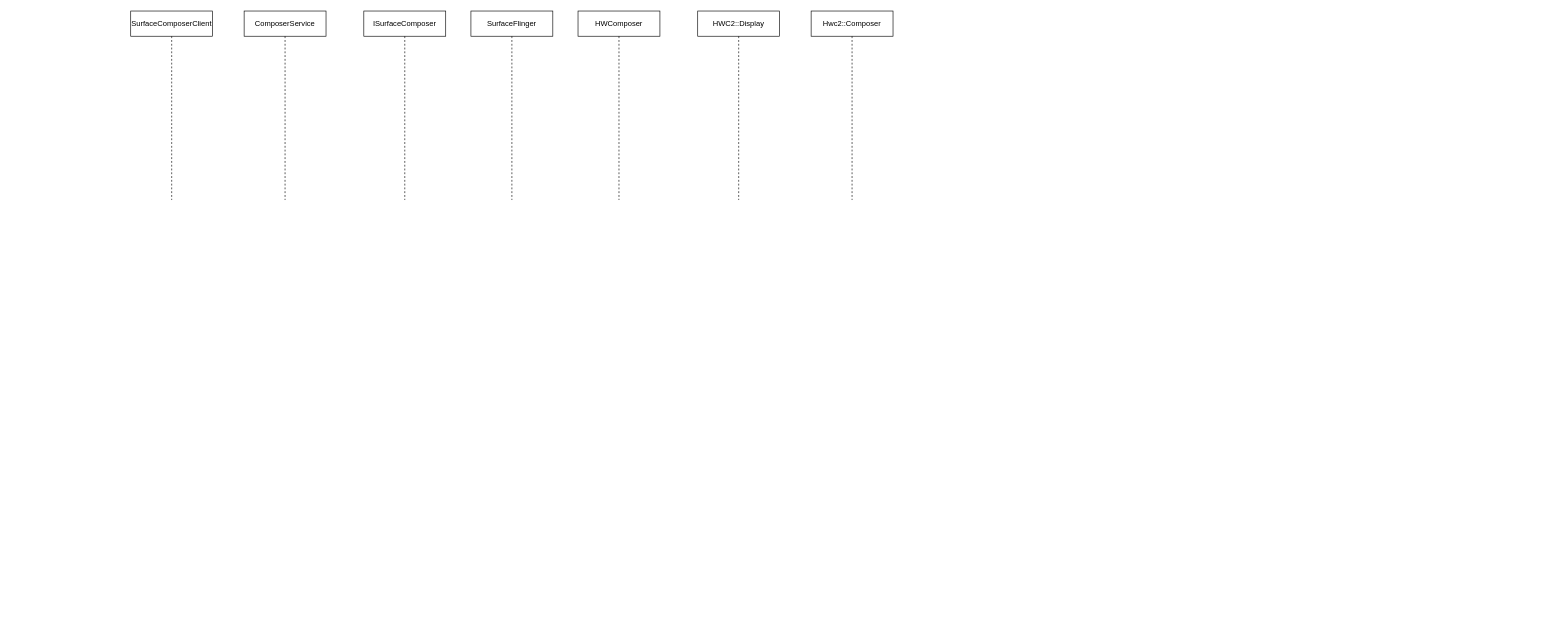
Before: Untitled Diagram.drawio in KingMing2017/Android-Common-Lib, a draw.io diagram. Source tidied: cells renumbered, new cells numbered last; positions are measured from the earlier drawing's top-left corner, leaving out a move shared by most shapes. Both pictures are drawn from the tidied source at 63%, with x=0, y=0 at pixel (130, 11).
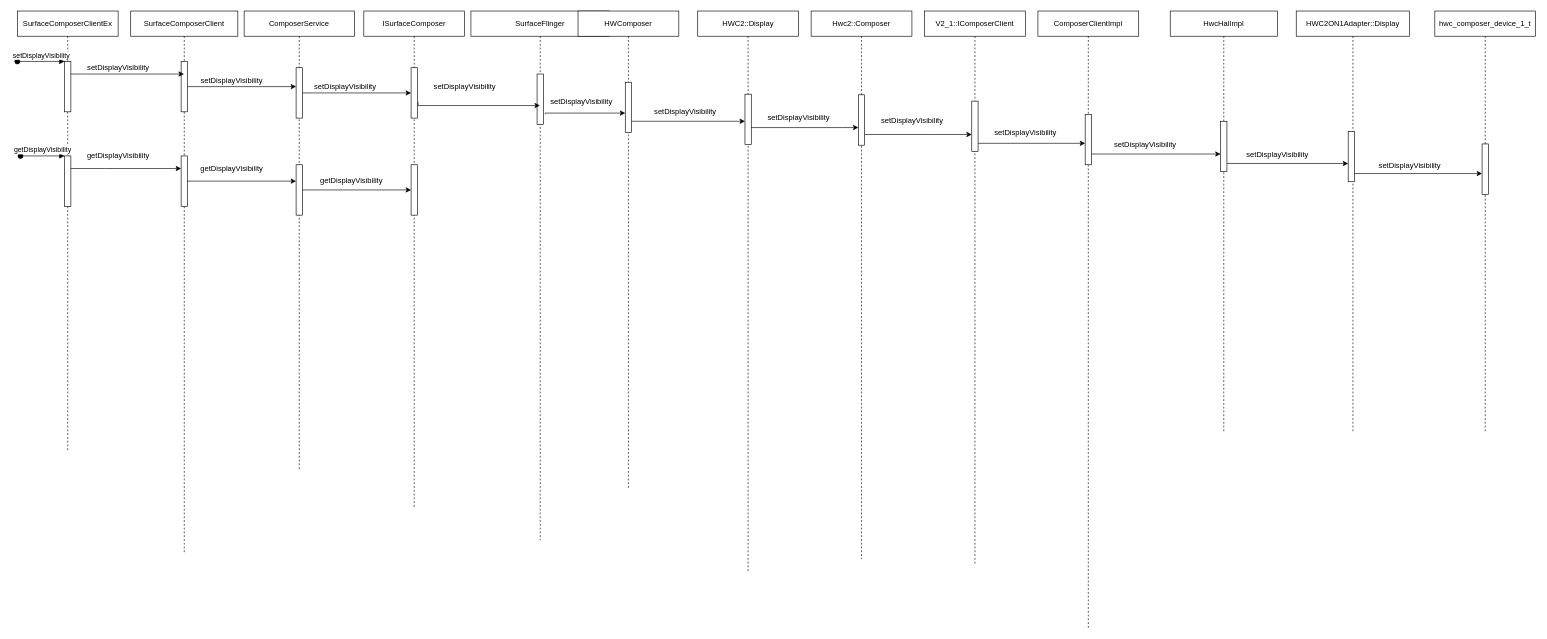
After the change.

Diff of the diagram source:
```diff
@@
     <mxCell id="2" value="SurfaceComposerClient" style="shape=umlLifeline;perimeter=lifelinePerimeter;whiteSpace=wrap;html=1;outlineConnect=0;" parent="1" vertex="1">
-      <mxGeometry width="130" height="300" as="geometry" />
+      <mxGeometry width="170" height="860" as="geometry" />
     </mxCell>
+    <mxCell id="9" style="html=1;points=[];perimeter=orthogonalPerimeter;" parent="2" vertex="1">
+      <mxGeometry x="80" y="80" width="10" height="80" as="geometry" />
+    </mxCell>
+    <mxCell id="10" style="html=1;points=[];perimeter=orthogonalPerimeter;" parent="2" vertex="1">
+      <mxGeometry x="80" y="230" width="10" height="80" as="geometry" />
+    </mxCell>
     <mxCell id="3" value="ComposerService" style="shape=umlLifeline;perimeter=lifelinePerimeter;whiteSpace=wrap;html=1;" parent="1" vertex="1">
-      <mxGeometry x="180" width="130" height="300" as="geometry" />
+      <mxGeometry x="180" width="175" height="730" as="geometry" />
     </mxCell>
+    <mxCell id="11" style="html=1;points=[];perimeter=orthogonalPerimeter;" parent="3" vertex="1">
+      <mxGeometry x="82.5" y="90" width="10" height="80" as="geometry" />
+    </mxCell>
+    <mxCell id="12" style="html=1;points=[];perimeter=orthogonalPerimeter;" parent="3" vertex="1">
+      <mxGeometry x="82.5" y="244" width="10" height="80" as="geometry" />
+    </mxCell>
     <mxCell id="4" value="ISurfaceComposer" style="shape=umlLifeline;perimeter=lifelinePerimeter;whiteSpace=wrap;html=1;" parent="1" vertex="1">
-      <mxGeometry x="370" width="130" height="300" as="geometry" />
+      <mxGeometry x="370" width="160" height="790" as="geometry" />
     </mxCell>
+    <mxCell id="13" style="html=1;points=[];perimeter=orthogonalPerimeter;" parent="4" vertex="1">
+      <mxGeometry x="75" y="90" width="10" height="80" as="geometry" />
+    </mxCell>
+    <mxCell id="14" style="html=1;points=[];perimeter=orthogonalPerimeter;" parent="4" vertex="1">
+      <mxGeometry x="75" y="244" width="10" height="80" as="geometry" />
+    </mxCell>
     <mxCell id="5" value="SurfaceFlinger" style="shape=umlLifeline;perimeter=lifelinePerimeter;whiteSpace=wrap;html=1;outlineConnect=0;" parent="1" vertex="1">
-      <mxGeometry x="540" width="130" height="300" as="geometry" />
+      <mxGeometry x="540" width="220" height="840" as="geometry" />
     </mxCell>
+    <mxCell id="15" style="html=1;perimeter=orthogonalPerimeter;" parent="5" vertex="1">
+      <mxGeometry x="105" y="100" width="10" height="80" as="geometry" />
+    </mxCell>
+    <mxCell id="16" value="setDisplayVisibility" style="text;html=1;align=center;verticalAlign=middle;strokeColor=none;fillColor=none;" parent="5" vertex="1">
+      <mxGeometry x="115" y="134" width="120" height="20" as="geometry" />
+    </mxCell>
     <mxCell id="6" value="HWComposer" style="shape=umlLifeline;perimeter=lifelinePerimeter;whiteSpace=wrap;html=1;" parent="1" vertex="1">
-      <mxGeometry x="710" width="130" height="300" as="geometry" />
+      <mxGeometry x="710" width="160" height="760" as="geometry" />
     </mxCell>
+    <mxCell id="17" style="html=1;perimeter=orthogonalPerimeter;" parent="6" vertex="1">
+      <mxGeometry x="75" y="113" width="10" height="80" as="geometry" />
+    </mxCell>
     <mxCell id="7" value="HWC2::Display" style="shape=umlLifeline;perimeter=lifelinePerimeter;whiteSpace=wrap;html=1;" parent="1" vertex="1">
-      <mxGeometry x="900" width="130" height="300" as="geometry" />
+      <mxGeometry x="900" width="160" height="890" as="geometry" />
     </mxCell>
+    <mxCell id="18" style="html=1;perimeter=orthogonalPerimeter;" parent="7" vertex="1">
+      <mxGeometry x="75" y="132" width="10" height="80" as="geometry" />
+    </mxCell>
     <mxCell id="8" value="Hwc2::Composer" style="shape=umlLifeline;perimeter=lifelinePerimeter;whiteSpace=wrap;html=1;" parent="1" vertex="1">
-      <mxGeometry x="1080" width="130" height="300" as="geometry" />
+      <mxGeometry x="1080" width="160" height="870" as="geometry" />
     </mxCell>
+    <mxCell id="19" style="html=1;perimeter=orthogonalPerimeter;" parent="8" vertex="1">
+      <mxGeometry x="75" y="133" width="10" height="80" as="geometry" />
+    </mxCell>
+    <mxCell id="20" value="V2_1::IComposerClient" style="shape=umlLifeline;perimeter=lifelinePerimeter;whiteSpace=wrap;html=1;" parent="1" vertex="1">
+      <mxGeometry x="1260" width="160" height="880" as="geometry" />
+    </mxCell>
+    <mxCell id="21" style="html=1;perimeter=orthogonalPerimeter;" parent="20" vertex="1">
+      <mxGeometry x="75" y="143" width="10" height="80" as="geometry" />
+    </mxCell>
+    <mxCell id="22" value="ComposerClientImpl" style="shape=umlLifeline;perimeter=lifelinePerimeter;whiteSpace=wrap;html=1;" parent="1" vertex="1">
+      <mxGeometry x="1440" width="160" height="980" as="geometry" />
+    </mxCell>
+    <mxCell id="23" style="html=1;perimeter=orthogonalPerimeter;" parent="22" vertex="1">
+      <mxGeometry x="75" y="164" width="10" height="80" as="geometry" />
+    </mxCell>
+    <mxCell id="24" value="HwcHalImpl" style="shape=umlLifeline;perimeter=lifelinePerimeter;whiteSpace=wrap;html=1;" parent="1" vertex="1">
+      <mxGeometry x="1650" width="170" height="670" as="geometry" />
+    </mxCell>
+    <mxCell id="25" style="html=1;perimeter=orthogonalPerimeter;" parent="24" vertex="1">
+      <mxGeometry x="80" y="175" width="10" height="80" as="geometry" />
+    </mxCell>
+    <mxCell id="26" value="HWC2ON1Adapter::Display" style="shape=umlLifeline;perimeter=lifelinePerimeter;whiteSpace=wrap;html=1;" parent="1" vertex="1">
+      <mxGeometry x="1850" width="180" height="670" as="geometry" />
+    </mxCell>
+    <mxCell id="27" style="html=1;perimeter=orthogonalPerimeter;" parent="26" vertex="1">
+      <mxGeometry x="82.5" y="191" width="10" height="80" as="geometry" />
+    </mxCell>
+    <mxCell id="28" value="hwc_composer_device_1_t" style="shape=umlLifeline;perimeter=lifelinePerimeter;whiteSpace=wrap;html=1;" parent="1" vertex="1">
+      <mxGeometry x="2070" width="160" height="670" as="geometry" />
+    </mxCell>
+    <mxCell id="29" style="html=1;perimeter=orthogonalPerimeter;" parent="28" vertex="1">
+      <mxGeometry x="75" y="211" width="10" height="80" as="geometry" />
+    </mxCell>
+    <mxCell id="30" style="edgeStyle=orthogonalEdgeStyle;rounded=0;jettySize=auto;html=1;" parent="1" edge="1" source="9" target="11">
+      <mxGeometry relative="1" as="geometry">
+        <Array as="points">
+          <mxPoint x="170" y="120" />
+          <mxPoint x="170" y="120" />
+        </Array>
+      </mxGeometry>
+    </mxCell>
+    <mxCell id="31" value="setDisplayVisibility" style="text;html=1;align=center;verticalAlign=middle;strokeColor=none;fillColor=none;" parent="1" vertex="1">
+      <mxGeometry x="100" y="100" width="120" height="20" as="geometry" />
+    </mxCell>
+    <mxCell id="32" style="edgeStyle=orthogonalEdgeStyle;rounded=0;jettySize=auto;html=1;" parent="1" edge="1" source="11" target="13">
+      <mxGeometry relative="1" as="geometry" />
+    </mxCell>
+    <mxCell id="33" value="setDisplayVisibility" style="text;html=1;align=center;verticalAlign=middle;strokeColor=none;fillColor=none;" parent="1" vertex="1">
+      <mxGeometry x="280" y="110" width="120" height="20" as="geometry" />
+    </mxCell>
+    <mxCell id="34" value="setDisplayVisibility" style="text;html=1;align=center;verticalAlign=middle;strokeColor=none;fillColor=none;" parent="1" vertex="1">
+      <mxGeometry x="470" y="110" width="120" height="20" as="geometry" />
+    </mxCell>
+    <mxCell id="35" style="edgeStyle=orthogonalEdgeStyle;rounded=0;orthogonalLoop=1;jettySize=auto;html=1;exitX=1.3;exitY=0.575;exitDx=0;exitDy=0;exitPerimeter=0;" parent="1" edge="1">
+      <mxGeometry relative="1" as="geometry">
+        <mxPoint x="658" y="164" as="sourcePoint" />
+        <mxPoint x="785" y="162" as="targetPoint" />
+        <Array as="points">
+          <mxPoint x="658" y="162" />
+        </Array>
+      </mxGeometry>
+    </mxCell>
+    <mxCell id="36" style="edgeStyle=orthogonalEdgeStyle;rounded=0;orthogonalLoop=1;jettySize=auto;html=1;" parent="1" edge="1">
+      <mxGeometry relative="1" as="geometry">
+        <mxPoint x="795" y="175" as="sourcePoint" />
+        <mxPoint x="975" y="175" as="targetPoint" />
+        <Array as="points">
+          <mxPoint x="900" y="175" />
+          <mxPoint x="900" y="175" />
+        </Array>
+      </mxGeometry>
+    </mxCell>
+    <mxCell id="37" value="setDisplayVisibility" style="text;html=1;align=center;verticalAlign=middle;strokeColor=none;fillColor=none;" parent="1" vertex="1">
+      <mxGeometry x="820" y="150" width="120" height="20" as="geometry" />
+    </mxCell>
+    <mxCell id="38" style="edgeStyle=orthogonalEdgeStyle;rounded=0;orthogonalLoop=1;jettySize=auto;html=1;" parent="1" edge="1">
+      <mxGeometry relative="1" as="geometry">
+        <mxPoint x="985" y="185" as="sourcePoint" />
+        <mxPoint x="1155" y="185" as="targetPoint" />
+        <Array as="points">
+          <mxPoint x="1130" y="185" />
+          <mxPoint x="1130" y="185" />
+        </Array>
+      </mxGeometry>
+    </mxCell>
+    <mxCell id="39" value="setDisplayVisibility" style="text;html=1;align=center;verticalAlign=middle;strokeColor=none;fillColor=none;" parent="1" vertex="1">
+      <mxGeometry x="1000" y="160" width="120" height="20" as="geometry" />
+    </mxCell>
+    <mxCell id="40" style="edgeStyle=orthogonalEdgeStyle;rounded=0;orthogonalLoop=1;jettySize=auto;html=1;" parent="1" edge="1">
+      <mxGeometry relative="1" as="geometry">
+        <mxPoint x="1165" y="196" as="sourcePoint" />
+        <mxPoint x="1335" y="196" as="targetPoint" />
+        <Array as="points">
+          <mxPoint x="1270" y="196" />
+          <mxPoint x="1270" y="196" />
+        </Array>
+      </mxGeometry>
+    </mxCell>
+    <mxCell id="41" value="setDisplayVisibility" style="text;html=1;align=center;verticalAlign=middle;strokeColor=none;fillColor=none;" parent="1" vertex="1">
+      <mxGeometry x="1180" y="165" width="120" height="20" as="geometry" />
+    </mxCell>
+    <mxCell id="42" style="edgeStyle=orthogonalEdgeStyle;rounded=0;orthogonalLoop=1;jettySize=auto;html=1;" parent="1" edge="1">
+      <mxGeometry relative="1" as="geometry">
+        <mxPoint x="1345" y="210" as="sourcePoint" />
+        <mxPoint x="1515" y="210" as="targetPoint" />
+        <Array as="points">
+          <mxPoint x="1440" y="210" />
+          <mxPoint x="1440" y="210" />
+        </Array>
+      </mxGeometry>
+    </mxCell>
+    <mxCell id="43" value="setDisplayVisibility" style="text;html=1;align=center;verticalAlign=middle;strokeColor=none;fillColor=none;" parent="1" vertex="1">
+      <mxGeometry x="1360" y="184" width="120" height="20" as="geometry" />
+    </mxCell>
+    <mxCell id="44" style="edgeStyle=orthogonalEdgeStyle;rounded=0;orthogonalLoop=1;jettySize=auto;html=1;" parent="1" edge="1">
+      <mxGeometry relative="1" as="geometry">
+        <mxPoint x="1525" y="227" as="sourcePoint" />
+        <mxPoint x="1730" y="227" as="targetPoint" />
+        <Array as="points">
+          <mxPoint x="1690" y="227" />
+          <mxPoint x="1690" y="227" />
+        </Array>
+      </mxGeometry>
+    </mxCell>
+    <mxCell id="45" value="setDisplayVisibility" style="text;html=1;align=center;verticalAlign=middle;strokeColor=none;fillColor=none;" parent="1" vertex="1">
+      <mxGeometry x="1550" y="203" width="120" height="20" as="geometry" />
+    </mxCell>
+    <mxCell id="46" style="edgeStyle=orthogonalEdgeStyle;rounded=0;orthogonalLoop=1;jettySize=auto;html=1;" parent="1" edge="1">
+      <mxGeometry relative="1" as="geometry">
+        <mxPoint x="1740" y="242" as="sourcePoint" />
+        <mxPoint x="1932.5" y="242" as="targetPoint" />
+        <Array as="points">
+          <mxPoint x="1810" y="242" />
+          <mxPoint x="1810" y="242" />
+        </Array>
+      </mxGeometry>
+    </mxCell>
+    <mxCell id="47" value="setDisplayVisibility" style="text;html=1;align=center;verticalAlign=middle;strokeColor=none;fillColor=none;" parent="1" vertex="1">
+      <mxGeometry x="1760" y="218" width="120" height="20" as="geometry" />
+    </mxCell>
+    <mxCell id="48" style="edgeStyle=orthogonalEdgeStyle;rounded=0;orthogonalLoop=1;jettySize=auto;html=1;" parent="1" edge="1">
+      <mxGeometry relative="1" as="geometry">
+        <mxPoint x="1942.5" y="258" as="sourcePoint" />
+        <mxPoint x="2145" y="258" as="targetPoint" />
+        <Array as="points">
+          <mxPoint x="2010" y="258" />
+          <mxPoint x="2010" y="258" />
+        </Array>
+      </mxGeometry>
+    </mxCell>
+    <mxCell id="49" value="setDisplayVisibility" style="text;html=1;align=center;verticalAlign=middle;strokeColor=none;fillColor=none;" parent="1" vertex="1">
+      <mxGeometry x="1970" y="235" width="120" height="20" as="geometry" />
+    </mxCell>
+    <mxCell id="50" value="SurfaceComposerClientEx" style="shape=umlLifeline;perimeter=lifelinePerimeter;whiteSpace=wrap;html=1;" parent="1" vertex="1">
+      <mxGeometry x="-180" width="160" height="700" as="geometry" />
+    </mxCell>
+    <mxCell id="51" style="html=1;points=[];perimeter=orthogonalPerimeter;" parent="50" vertex="1">
+      <mxGeometry x="75" y="80" width="10" height="80" as="geometry" />
+    </mxCell>
+    <mxCell id="52" value="setDisplayVisibility" style="html=1;verticalAlign=bottom;startArrow=oval;endArrow=block;startSize=8;rounded=0;" parent="50" edge="1" target="51">
+      <mxGeometry relative="1" as="geometry">
+        <mxPoint y="80" as="sourcePoint" />
+      </mxGeometry>
+    </mxCell>
+    <mxCell id="53" style="html=1;points=[];perimeter=orthogonalPerimeter;" parent="50" vertex="1">
+      <mxGeometry x="75" y="230" width="10" height="80" as="geometry" />
+    </mxCell>
+    <mxCell id="54" value="getDisplayVisibility" style="html=1;verticalAlign=bottom;startArrow=oval;endArrow=block;startSize=8;rounded=0;" parent="50" edge="1" target="53">
+      <mxGeometry relative="1" as="geometry">
+        <mxPoint x="5" y="230" as="sourcePoint" />
+      </mxGeometry>
+    </mxCell>
+    <mxCell id="55" style="edgeStyle=orthogonalEdgeStyle;rounded=0;jettySize=auto;html=1;" parent="1" edge="1" source="51" target="2">
+      <mxGeometry relative="1" as="geometry">
+        <Array as="points">
+          <mxPoint x="-70" y="100" />
+          <mxPoint x="-70" y="100" />
+        </Array>
+      </mxGeometry>
+    </mxCell>
+    <mxCell id="56" value="setDisplayVisibility" style="text;html=1;align=center;verticalAlign=middle;strokeColor=none;fillColor=none;" parent="1" vertex="1">
+      <mxGeometry x="-80" y="80" width="120" height="20" as="geometry" />
+    </mxCell>
+    <mxCell id="57" style="edgeStyle=orthogonalEdgeStyle;rounded=0;jettySize=auto;html=1;exitX=1.1;exitY=0.675;exitDx=0;exitDy=0;exitPerimeter=0;" parent="1" edge="1" source="13" target="5">
+      <mxGeometry relative="1" as="geometry">
+        <Array as="points">
+          <mxPoint x="456" y="150" />
+        </Array>
+      </mxGeometry>
+    </mxCell>
+    <mxCell id="58" style="edgeStyle=orthogonalEdgeStyle;rounded=0;jettySize=auto;html=1;" parent="1" edge="1" source="53" target="10">
+      <mxGeometry relative="1" as="geometry">
+        <Array as="points">
+          <mxPoint x="-40" y="250" />
+          <mxPoint x="-40" y="250" />
+        </Array>
+      </mxGeometry>
+    </mxCell>
+    <mxCell id="59" style="edgeStyle=orthogonalEdgeStyle;rounded=0;jettySize=auto;html=1;" parent="1" edge="1" source="10" target="12">
+      <mxGeometry relative="1" as="geometry">
+        <Array as="points">
+          <mxPoint x="220" y="270" />
+          <mxPoint x="220" y="270" />
+        </Array>
+      </mxGeometry>
+    </mxCell>
+    <mxCell id="60" value="getDisplayVisibility" style="text;html=1;align=center;verticalAlign=middle;strokeColor=none;fillColor=none;" parent="1" vertex="1">
+      <mxGeometry x="-80" y="220" width="120" height="20" as="geometry" />
+    </mxCell>
+    <mxCell id="61" value="getDisplayVisibility" style="text;html=1;align=center;verticalAlign=middle;strokeColor=none;fillColor=none;" parent="1" vertex="1">
+      <mxGeometry x="100" y="240" width="120" height="20" as="geometry" />
+    </mxCell>
+    <mxCell id="62" style="edgeStyle=orthogonalEdgeStyle;rounded=0;jettySize=auto;html=1;" parent="1" edge="1" source="12" target="14">
+      <mxGeometry relative="1" as="geometry" />
+    </mxCell>
+    <mxCell id="63" value="getDisplayVisibility" style="text;html=1;align=center;verticalAlign=middle;strokeColor=none;fillColor=none;" parent="1" vertex="1">
+      <mxGeometry x="290" y="260" width="120" height="20" as="geometry" />
+    </mxCell>
```
